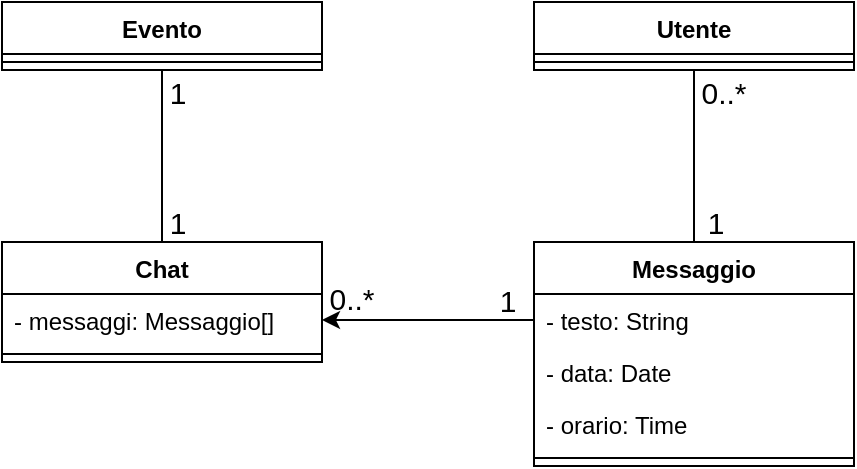
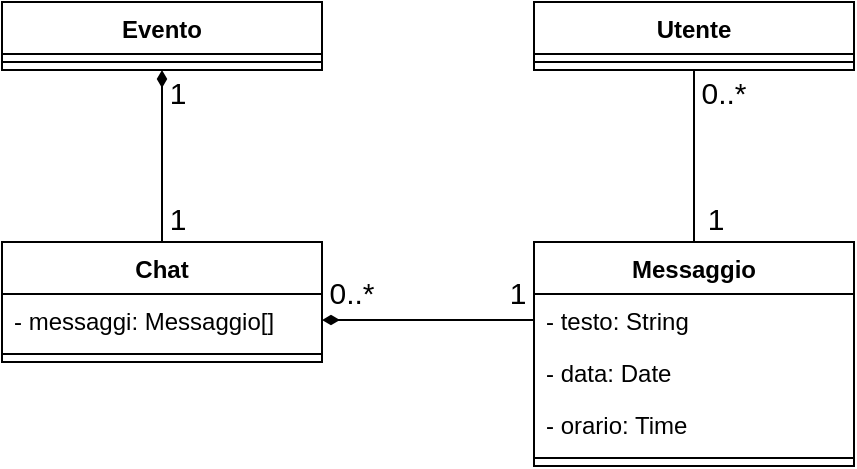
<mxfile host="app.diagrams.net">
  <diagram name="Pagina-1" id="n0ZY_psxDxLSXn85sGWn">
-     <mxGraphModel dx="624" dy="319" grid="1" gridSize="10" guides="1" tooltips="1" connect="1" arrows="1" fold="1" page="1" pageScale="1" pageWidth="827" pageHeight="1169" math="0" shadow="0">
+     <mxGraphModel dx="707" dy="677" grid="1" gridSize="10" guides="1" tooltips="1" connect="1" arrows="1" fold="1" page="1" pageScale="1" pageWidth="827" pageHeight="1169" math="0" shadow="0">
      <root>
        <mxCell id="0" />
        <mxCell id="1" parent="0" />
        <mxCell id="50xeD-1TCy1VTGAFk2TU-1" parent="1" style="swimlane;fontStyle=1;align=center;verticalAlign=top;childLayout=stackLayout;horizontal=1;startSize=26;horizontalStack=0;resizeParent=1;resizeParentMax=0;resizeLast=0;collapsible=1;marginBottom=0;whiteSpace=wrap;html=1;" value="Chat" vertex="1">
          <mxGeometry height="60" width="160" x="334" y="170" as="geometry" />
        </mxCell>
        <mxCell id="50xeD-1TCy1VTGAFk2TU-2" parent="50xeD-1TCy1VTGAFk2TU-1" style="text;strokeColor=none;fillColor=none;align=left;verticalAlign=top;spacingLeft=4;spacingRight=4;overflow=hidden;rotatable=0;points=[[0,0.5],[1,0.5]];portConstraint=eastwest;whiteSpace=wrap;html=1;" value="- messaggi: Messaggio[]" vertex="1">
          <mxGeometry height="26" width="160" y="26" as="geometry" />
        </mxCell>
        <mxCell id="50xeD-1TCy1VTGAFk2TU-3" parent="50xeD-1TCy1VTGAFk2TU-1" style="line;strokeWidth=1;fillColor=none;align=left;verticalAlign=middle;spacingTop=-1;spacingLeft=3;spacingRight=3;rotatable=0;labelPosition=right;points=[];portConstraint=eastwest;strokeColor=inherit;" value="" vertex="1">
          <mxGeometry height="8" width="160" y="52" as="geometry" />
        </mxCell>
        <mxCell id="gxqmsrqGmNSTsWkQwC00-22" edge="1" parent="1" source="gxqmsrqGmNSTsWkQwC00-1" style="edgeStyle=orthogonalEdgeStyle;rounded=0;orthogonalLoop=1;jettySize=auto;html=1;exitX=0.5;exitY=0;exitDx=0;exitDy=0;entryX=0.5;entryY=1;entryDx=0;entryDy=0;endArrow=none;endFill=0;startArrow=none;startFill=0;" target="gxqmsrqGmNSTsWkQwC00-18">
          <mxGeometry relative="1" as="geometry" />
        </mxCell>
        <mxCell id="gxqmsrqGmNSTsWkQwC00-1" parent="1" style="swimlane;fontStyle=1;align=center;verticalAlign=top;childLayout=stackLayout;horizontal=1;startSize=26;horizontalStack=0;resizeParent=1;resizeParentMax=0;resizeLast=0;collapsible=1;marginBottom=0;whiteSpace=wrap;html=1;" value="Messaggio" vertex="1">
          <mxGeometry height="112" width="160" x="600" y="170" as="geometry" />
        </mxCell>
        <mxCell id="gxqmsrqGmNSTsWkQwC00-2" parent="gxqmsrqGmNSTsWkQwC00-1" style="text;strokeColor=none;fillColor=none;align=left;verticalAlign=top;spacingLeft=4;spacingRight=4;overflow=hidden;rotatable=0;points=[[0,0.5],[1,0.5]];portConstraint=eastwest;whiteSpace=wrap;html=1;" value="- testo: String" vertex="1">
          <mxGeometry height="26" width="160" y="26" as="geometry" />
        </mxCell>
        <mxCell id="gxqmsrqGmNSTsWkQwC00-15" parent="gxqmsrqGmNSTsWkQwC00-1" style="text;strokeColor=none;fillColor=none;align=left;verticalAlign=top;spacingLeft=4;spacingRight=4;overflow=hidden;rotatable=0;points=[[0,0.5],[1,0.5]];portConstraint=eastwest;whiteSpace=wrap;html=1;" value="- data: Date" vertex="1">
          <mxGeometry height="26" width="160" y="52" as="geometry" />
        </mxCell>
        <mxCell id="gxqmsrqGmNSTsWkQwC00-17" parent="gxqmsrqGmNSTsWkQwC00-1" style="text;strokeColor=none;fillColor=none;align=left;verticalAlign=top;spacingLeft=4;spacingRight=4;overflow=hidden;rotatable=0;points=[[0,0.5],[1,0.5]];portConstraint=eastwest;whiteSpace=wrap;html=1;" value="- orario: Time" vertex="1">
          <mxGeometry height="26" width="160" y="78" as="geometry" />
        </mxCell>
        <mxCell id="gxqmsrqGmNSTsWkQwC00-3" parent="gxqmsrqGmNSTsWkQwC00-1" style="line;strokeWidth=1;fillColor=none;align=left;verticalAlign=middle;spacingTop=-1;spacingLeft=3;spacingRight=3;rotatable=0;labelPosition=right;points=[];portConstraint=eastwest;strokeColor=inherit;" value="" vertex="1">
          <mxGeometry height="8" width="160" y="104" as="geometry" />
        </mxCell>
-         <mxCell id="gxqmsrqGmNSTsWkQwC00-9" edge="1" parent="1" source="gxqmsrqGmNSTsWkQwC00-5" style="edgeStyle=orthogonalEdgeStyle;rounded=0;orthogonalLoop=1;jettySize=auto;html=1;exitX=0.5;exitY=1;exitDx=0;exitDy=0;endArrow=none;endFill=0;" target="50xeD-1TCy1VTGAFk2TU-1">
+         <mxCell id="gxqmsrqGmNSTsWkQwC00-9" edge="1" parent="1" source="gxqmsrqGmNSTsWkQwC00-5" style="edgeStyle=orthogonalEdgeStyle;rounded=0;orthogonalLoop=1;jettySize=auto;html=1;exitX=0.5;exitY=1;exitDx=0;exitDy=0;endArrow=none;endFill=0;startArrow=diamondThin;startFill=1;" target="50xeD-1TCy1VTGAFk2TU-1">
          <mxGeometry relative="1" as="geometry" />
        </mxCell>
        <mxCell id="gxqmsrqGmNSTsWkQwC00-5" parent="1" style="swimlane;fontStyle=1;align=center;verticalAlign=top;childLayout=stackLayout;horizontal=1;startSize=26;horizontalStack=0;resizeParent=1;resizeParentMax=0;resizeLast=0;collapsible=1;marginBottom=0;whiteSpace=wrap;html=1;" value="Evento" vertex="1">
          <mxGeometry height="34" width="160" x="334" y="50" as="geometry" />
        </mxCell>
        <mxCell id="gxqmsrqGmNSTsWkQwC00-7" parent="gxqmsrqGmNSTsWkQwC00-5" style="line;strokeWidth=1;fillColor=none;align=left;verticalAlign=middle;spacingTop=-1;spacingLeft=3;spacingRight=3;rotatable=0;labelPosition=right;points=[];portConstraint=eastwest;strokeColor=inherit;" value="" vertex="1">
          <mxGeometry height="8" width="160" y="26" as="geometry" />
        </mxCell>
        <mxCell id="gxqmsrqGmNSTsWkQwC00-10" parent="1" style="text;html=1;whiteSpace=wrap;strokeColor=none;fillColor=none;align=center;verticalAlign=middle;rounded=0;" value="&lt;font style=&quot;font-size: 15px;&quot;&gt;1&lt;/font&gt;" vertex="1">
-           <mxGeometry height="30" width="60" x="392" y="145" as="geometry" />
+           <mxGeometry height="30" width="60" x="392" y="143" as="geometry" />
        </mxCell>
        <mxCell id="gxqmsrqGmNSTsWkQwC00-11" parent="1" style="text;html=1;whiteSpace=wrap;strokeColor=none;fillColor=none;align=center;verticalAlign=middle;rounded=0;" value="&lt;font style=&quot;font-size: 15px;&quot;&gt;1&lt;/font&gt;" vertex="1">
          <mxGeometry height="30" width="60" x="392" y="80" as="geometry" />
        </mxCell>
-         <mxCell id="gxqmsrqGmNSTsWkQwC00-12" edge="1" parent="1" source="50xeD-1TCy1VTGAFk2TU-2" style="edgeStyle=orthogonalEdgeStyle;rounded=0;orthogonalLoop=1;jettySize=auto;html=1;exitX=1;exitY=0.5;exitDx=0;exitDy=0;entryX=0;entryY=0.5;entryDx=0;entryDy=0;endArrow=none;endFill=0;startArrow=classic;startFill=1;" target="gxqmsrqGmNSTsWkQwC00-2">
+         <mxCell id="gxqmsrqGmNSTsWkQwC00-12" edge="1" parent="1" source="50xeD-1TCy1VTGAFk2TU-2" style="edgeStyle=orthogonalEdgeStyle;rounded=0;orthogonalLoop=1;jettySize=auto;html=1;exitX=1;exitY=0.5;exitDx=0;exitDy=0;entryX=0;entryY=0.5;entryDx=0;entryDy=0;endArrow=none;endFill=0;startArrow=diamondThin;startFill=1;" target="gxqmsrqGmNSTsWkQwC00-2">
          <mxGeometry relative="1" as="geometry" />
        </mxCell>
        <mxCell id="gxqmsrqGmNSTsWkQwC00-13" parent="1" style="text;html=1;whiteSpace=wrap;strokeColor=none;fillColor=none;align=center;verticalAlign=middle;rounded=0;" value="&lt;font style=&quot;font-size: 15px;&quot;&gt;0..*&lt;/font&gt;" vertex="1">
-           <mxGeometry height="30" width="60" x="479" y="183" as="geometry" />
+           <mxGeometry height="30" width="60" x="479" y="180" as="geometry" />
        </mxCell>
        <mxCell id="gxqmsrqGmNSTsWkQwC00-14" parent="1" style="text;html=1;whiteSpace=wrap;strokeColor=none;fillColor=none;align=center;verticalAlign=middle;rounded=0;" value="&lt;font style=&quot;font-size: 15px;&quot;&gt;1&lt;/font&gt;" vertex="1">
-           <mxGeometry height="30" width="60" x="557" y="184" as="geometry" />
+           <mxGeometry height="30" width="60" x="562" y="180" as="geometry" />
        </mxCell>
        <mxCell id="gxqmsrqGmNSTsWkQwC00-18" parent="1" style="swimlane;fontStyle=1;align=center;verticalAlign=top;childLayout=stackLayout;horizontal=1;startSize=26;horizontalStack=0;resizeParent=1;resizeParentMax=0;resizeLast=0;collapsible=1;marginBottom=0;whiteSpace=wrap;html=1;" value="Utente" vertex="1">
          <mxGeometry height="34" width="160" x="600" y="50" as="geometry" />
        </mxCell>
        <mxCell id="gxqmsrqGmNSTsWkQwC00-20" parent="gxqmsrqGmNSTsWkQwC00-18" style="line;strokeWidth=1;fillColor=none;align=left;verticalAlign=middle;spacingTop=-1;spacingLeft=3;spacingRight=3;rotatable=0;labelPosition=right;points=[];portConstraint=eastwest;strokeColor=inherit;" value="" vertex="1">
          <mxGeometry height="8" width="160" y="26" as="geometry" />
        </mxCell>
        <mxCell id="gxqmsrqGmNSTsWkQwC00-23" parent="1" style="text;html=1;whiteSpace=wrap;strokeColor=none;fillColor=none;align=center;verticalAlign=middle;rounded=0;" value="&lt;font style=&quot;font-size: 15px;&quot;&gt;0..*&lt;/font&gt;" vertex="1">
          <mxGeometry height="30" width="60" x="665" y="80" as="geometry" />
        </mxCell>
        <mxCell id="gxqmsrqGmNSTsWkQwC00-24" parent="1" style="text;html=1;whiteSpace=wrap;strokeColor=none;fillColor=none;align=center;verticalAlign=middle;rounded=0;" value="&lt;font style=&quot;font-size: 15px;&quot;&gt;1&lt;/font&gt;" vertex="1">
-           <mxGeometry height="30" width="60" x="661" y="145" as="geometry" />
+           <mxGeometry height="30" width="60" x="661" y="143" as="geometry" />
        </mxCell>
      </root>
    </mxGraphModel>
  </diagram>
</mxfile>
